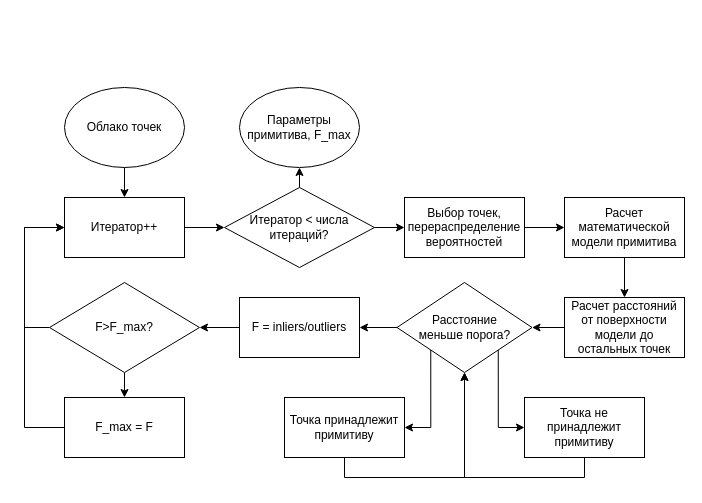
The draw.io diagram science/ransac.drawio in OPyshkin/genetic_algorithm_practice, before the edit. Source tidied: cells renumbered, new cells numbered last; positions are measured from the earlier drawing's top-left corner, leaving out a move shared by most shapes. Both pictures are drawn from the tidied source at 100%, with x=0, y=0 at pixel (24, 87).
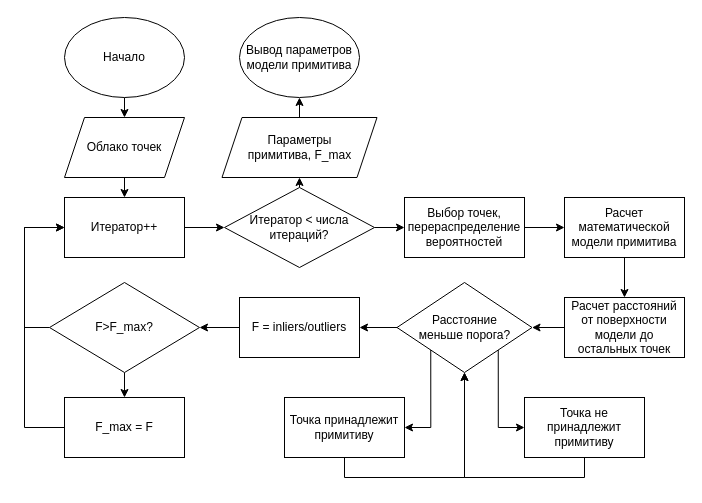
After the change.

The change refers to these unchanged cells:
```xml
<mxCell id="21" value="Итератор++" style="rounded=0;whiteSpace=wrap;html=1;" parent="1" vertex="1">
  <mxGeometry x="40" y="110" width="120" height="60" as="geometry" />
</mxCell>
<mxCell id="30" value="Итератор &amp;lt; числа итераций?" style="rhombus;whiteSpace=wrap;html=1;" parent="1" vertex="1">
  <mxGeometry x="200" y="100" width="150" height="80" as="geometry" />
</mxCell>
```

Change to the diagram source:
```diff
@@
-    <mxCell id="2" style="edgeStyle=orthogonalEdgeStyle;rounded=0;jettySize=auto;html=1;exitX=0.5;exitY=1;exitDx=0;exitDy=0;entryX=0.5;entryY=0;entryDx=0;entryDy=0;" parent="1" edge="1" source="3" target="21">
-      <mxGeometry relative="1" as="geometry" />
-    </mxCell>
+    <mxCell id="31" style="edgeStyle=orthogonalEdgeStyle;rounded=0;jettySize=auto;html=1;exitX=0.5;exitY=1;exitDx=0;exitDy=0;entryX=0.5;entryY=0;entryDx=0;entryDy=0;" parent="1" edge="1" source="3" target="34">
+      <mxGeometry relative="1" as="geometry" />
+    </mxCell>
-    <mxCell id="3" value="Облако точек" style="ellipse;whiteSpace=wrap;html=1;" parent="1" vertex="1">
-      <mxGeometry x="40" width="120" height="80" as="geometry" />
+    <mxCell id="3" value="Начало" style="ellipse;whiteSpace=wrap;html=1;" parent="1" vertex="1">
+      <mxGeometry x="40" y="-70" width="120" height="80" as="geometry" />
     </mxCell>
@@
-    <mxCell id="27" value="Параметры примитива, F_max" style="ellipse;whiteSpace=wrap;html=1;" parent="1" vertex="1">
-      <mxGeometry x="215" width="120" height="80" as="geometry" />
+    <mxCell id="27" value="Вывод параметров модели примитива" style="ellipse;whiteSpace=wrap;html=1;" parent="1" vertex="1">
+      <mxGeometry x="215" y="-70" width="120" height="80" as="geometry" />
     </mxCell>
@@
-    <mxCell id="29" style="edgeStyle=orthogonalEdgeStyle;rounded=0;jettySize=auto;html=1;exitX=0.5;exitY=0;exitDx=0;exitDy=0;entryX=0.5;entryY=1;entryDx=0;entryDy=0;" parent="1" edge="1" source="30" target="27">
-      <mxGeometry relative="1" as="geometry" />
-    </mxCell>
+    <mxCell id="32" style="edgeStyle=orthogonalEdgeStyle;rounded=0;jettySize=auto;html=1;exitX=0.5;exitY=0;exitDx=0;exitDy=0;entryX=0.5;entryY=1;entryDx=0;entryDy=0;" parent="1" edge="1" source="30" target="36">
+      <mxGeometry relative="1" as="geometry" />
+    </mxCell>
@@
+    <mxCell id="33" style="edgeStyle=orthogonalEdgeStyle;rounded=0;jettySize=auto;html=1;exitX=0.5;exitY=1;exitDx=0;exitDy=0;entryX=0.5;entryY=0;entryDx=0;entryDy=0;" parent="1" edge="1" source="34" target="21">
+      <mxGeometry relative="1" as="geometry" />
+    </mxCell>
+    <mxCell id="34" value="Облако точек" style="shape=parallelogram;perimeter=parallelogramPerimeter;whiteSpace=wrap;html=1;fixedSize=1;" parent="1" vertex="1">
+      <mxGeometry x="40" y="30" width="120" height="60" as="geometry" />
+    </mxCell>
+    <mxCell id="35" style="edgeStyle=orthogonalEdgeStyle;rounded=0;jettySize=auto;html=1;exitX=0.5;exitY=0;exitDx=0;exitDy=0;entryX=0.5;entryY=1;entryDx=0;entryDy=0;" parent="1" edge="1" source="36" target="27">
+      <mxGeometry relative="1" as="geometry" />
+    </mxCell>
+    <mxCell id="36" value="Параметры &lt;br&gt;примитива, F_max" style="shape=parallelogram;perimeter=parallelogramPerimeter;whiteSpace=wrap;html=1;fixedSize=1;" parent="1" vertex="1">
+      <mxGeometry x="197.5" y="30" width="155" height="60" as="geometry" />
+    </mxCell>
```
